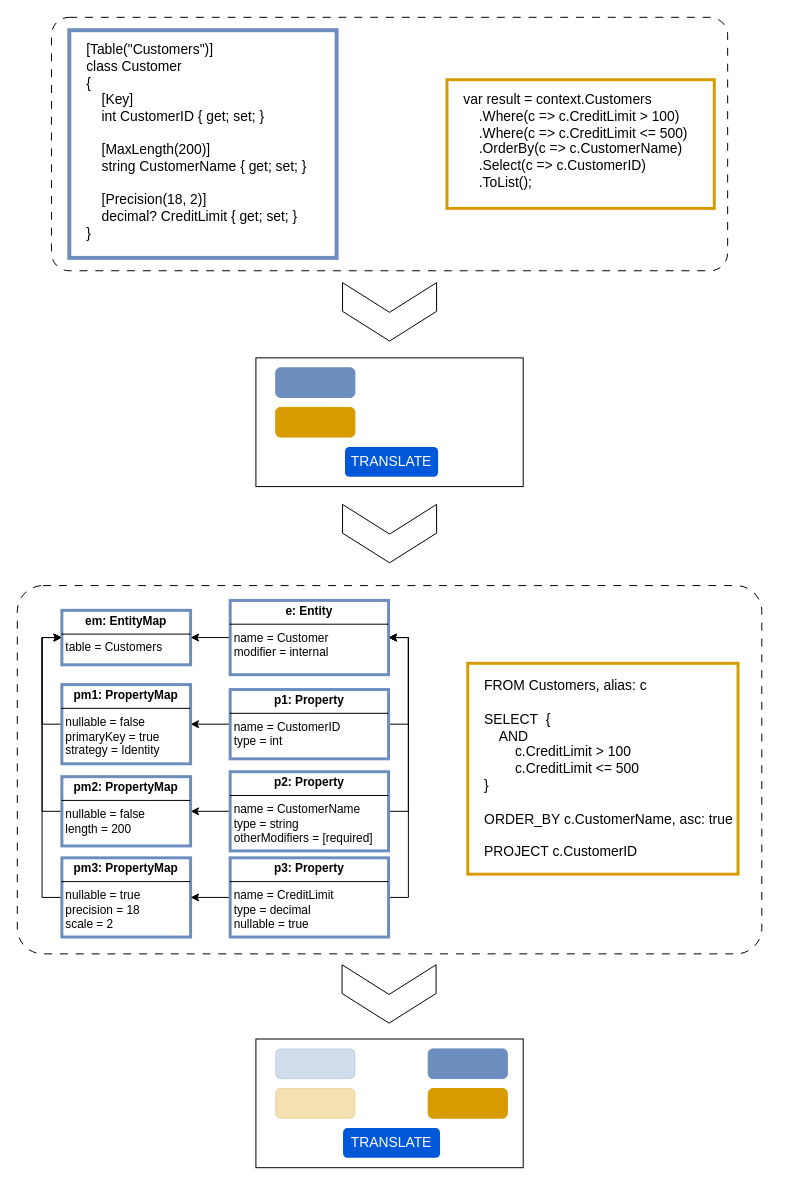
Earlier version of the draw.io diagram page "translation" (1 of 2) of diagrams/03_core_concepts.drawio (milan252525/orm-convertor). Source tidied: cells renumbered, new cells numbered last; positions are measured from the earlier drawing's top-left corner, leaving out a move shared by most shapes. Both pictures are drawn from the tidied source at 99%, with x=0, y=0 at pixel (17, 17).
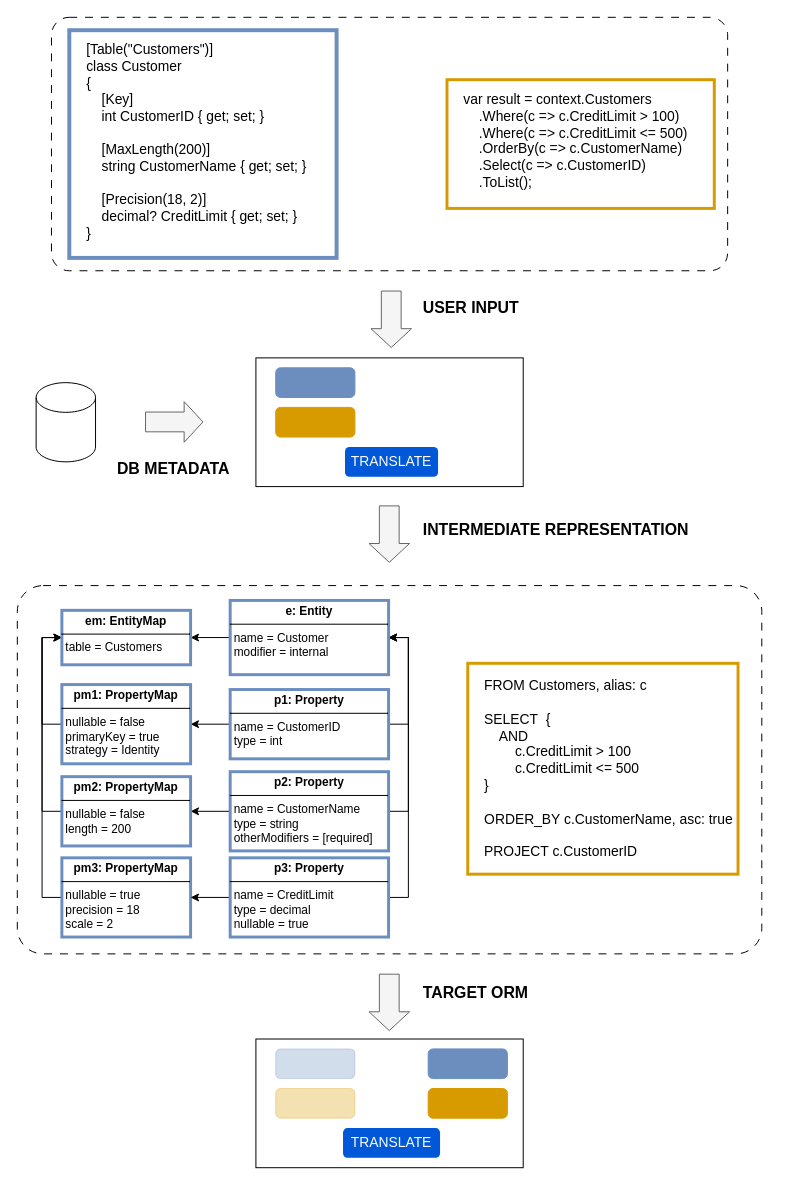
Above is the later version.

Change to the diagram source:
```diff
@@
-    <mxCell id="6" style="html=1;shadow=0;dashed=0;align=center;verticalAlign=middle;shape=mxgraph.arrows2.arrow;dy=0;dx=30;notch=30;flipH=0;flipV=0;direction=south;" parent="1" vertex="1">
-      <mxGeometry x="328.5" y="268" width="95" height="59" as="geometry" />
-    </mxCell>
-    <mxCell id="7" style="html=1;shadow=0;dashed=0;align=center;verticalAlign=middle;shape=mxgraph.arrows2.arrow;dy=0;dx=30;notch=30;flipH=0;flipV=0;direction=south;" parent="1" vertex="1">
-      <mxGeometry x="328.5" y="492" width="95" height="59" as="geometry" />
-    </mxCell>
-    <mxCell id="8" style="html=1;shadow=0;dashed=0;align=center;verticalAlign=middle;shape=mxgraph.arrows2.arrow;dy=0;dx=30;notch=30;flipH=0;flipV=0;direction=south;" parent="1" vertex="1">
-      <mxGeometry x="328" y="957" width="95" height="59" as="geometry" />
-    </mxCell>
@@
+    <mxCell id="41" style="shape=cylinder3;whiteSpace=wrap;html=1;boundedLbl=1;backgroundOutline=1;size=15;" parent="1" vertex="1">
+      <mxGeometry x="19" y="369" width="60" height="80" as="geometry" />
+    </mxCell>
+    <mxCell id="42" style="shape=flexArrow;endArrow=classic;html=1;rounded=0;fillColor=#f5f5f5;strokeColor=#666666;width=20;" parent="1" edge="1">
+      <mxGeometry relative="1" as="geometry">
+        <mxPoint x="377.7" y="276" as="sourcePoint" />
+        <mxPoint x="377.7" y="334" as="targetPoint" />
+      </mxGeometry>
+    </mxCell>
+    <mxCell id="43" style="shape=flexArrow;endArrow=classic;html=1;rounded=0;fillColor=#f5f5f5;strokeColor=#666666;width=20;" parent="1" edge="1">
+      <mxGeometry relative="1" as="geometry">
+        <mxPoint x="375.7" y="493" as="sourcePoint" />
+        <mxPoint x="375.7" y="551" as="targetPoint" />
+      </mxGeometry>
+    </mxCell>
+    <mxCell id="44" style="shape=flexArrow;endArrow=classic;html=1;rounded=0;fillColor=#f5f5f5;strokeColor=#666666;width=20;" parent="1" edge="1">
+      <mxGeometry relative="1" as="geometry">
+        <mxPoint x="375.7" y="966" as="sourcePoint" />
+        <mxPoint x="375.7" y="1024" as="targetPoint" />
+      </mxGeometry>
+    </mxCell>
+    <mxCell id="45" style="shape=flexArrow;endArrow=classic;html=1;rounded=0;fillColor=#f5f5f5;strokeColor=#666666;width=20;" parent="1" edge="1">
+      <mxGeometry relative="1" as="geometry">
+        <mxPoint x="129" y="408.7" as="sourcePoint" />
+        <mxPoint x="188" y="408.7" as="targetPoint" />
+      </mxGeometry>
+    </mxCell>
+    <mxCell id="46" value="&lt;font&gt;DB METADATA&lt;/font&gt;" style="text;html=1;align=center;verticalAlign=middle;whiteSpace=wrap;rounded=0;fontSize=16;fontStyle=1;" parent="1" vertex="1">
+      <mxGeometry x="79" y="441" width="158" height="30" as="geometry" />
+    </mxCell>
+    <mxCell id="47" value="&lt;div&gt;&lt;font&gt;INTERMEDIATE REPRESENTATION&lt;/font&gt;&lt;/div&gt;&lt;div&gt;&lt;br&gt;&lt;/div&gt;" style="text;html=1;align=left;verticalAlign=middle;whiteSpace=wrap;rounded=0;fontSize=16;fontStyle=1;" parent="1" vertex="1">
+      <mxGeometry x="408" y="512" width="350" height="30" as="geometry" />
+    </mxCell>
+    <mxCell id="48" value="&lt;font&gt;USER INPUT&lt;/font&gt;" style="text;html=1;align=left;verticalAlign=middle;whiteSpace=wrap;rounded=0;fontSize=16;fontStyle=1;" parent="1" vertex="1">
+      <mxGeometry x="408" y="278" width="158" height="30" as="geometry" />
+    </mxCell>
+    <mxCell id="49" value="&lt;div&gt;TARGET ORM&lt;/div&gt;" style="text;html=1;align=left;verticalAlign=middle;whiteSpace=wrap;rounded=0;fontSize=16;fontStyle=1;" parent="1" vertex="1">
+      <mxGeometry x="408" y="970" width="133" height="30" as="geometry" />
+    </mxCell>
```
